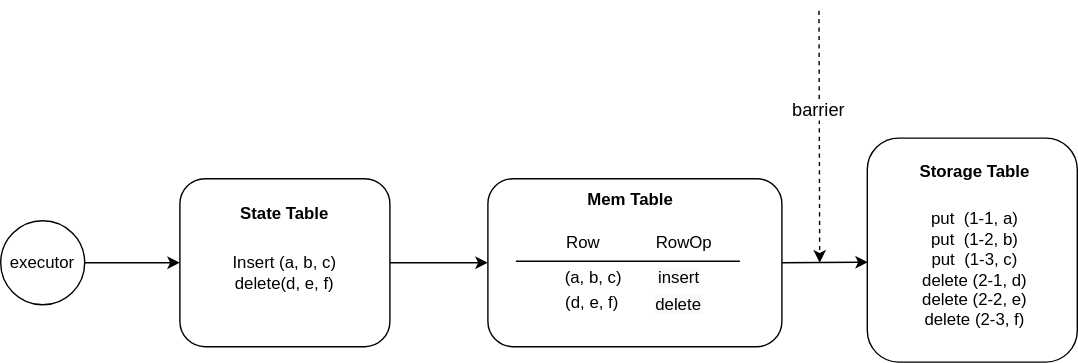
Above: docs/images/relational-table-layer/relational-table-03.svg in risingwavelabs/risingwave (draw.io), before the change. Source tidied: cells renumbered, new cells last; positions are measured from the earlier drawing's top-left corner, leaving out a move shared by most shapes.
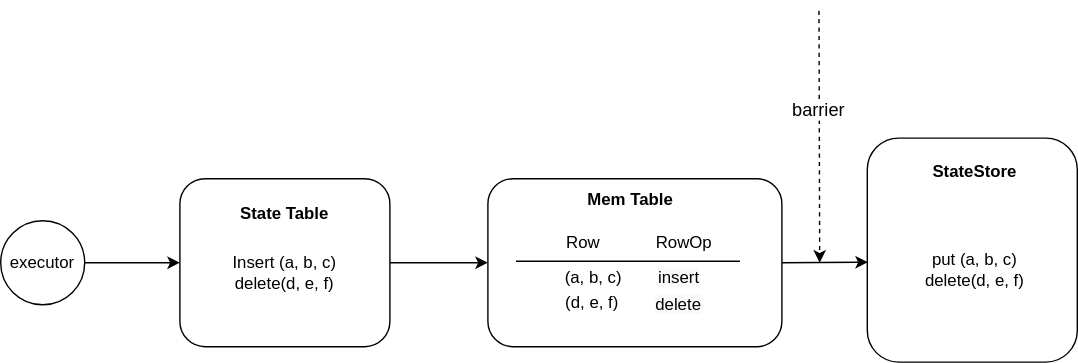
The same diagram one commit later.

The edit, as a diff of the source:
```diff
@@ -44,10 +44,10 @@
     <mxCell id="15" value="&lt;table&gt;&lt;tbody&gt;&lt;tr&gt;&lt;td&gt;&lt;br&gt;&lt;/td&gt;&lt;td&gt;&lt;br&gt;&lt;/td&gt;&lt;/tr&gt;&lt;tr&gt;&lt;td&gt;&lt;br&gt;&lt;/td&gt;&lt;td&gt;&lt;br&gt;&lt;/td&gt;&lt;/tr&gt;&lt;/tbody&gt;&lt;/table&gt;" style="rounded=1;whiteSpace=wrap;html=1;" parent="1" vertex="1">
       <mxGeometry x="619" y="91" width="150" height="160" as="geometry" />
     </mxCell>
-    <mxCell id="16" value="&lt;b&gt;Storage Table&lt;/b&gt;" style="text;html=1;strokeColor=none;fillColor=none;align=center;verticalAlign=middle;whiteSpace=wrap;rounded=0;" parent="1" vertex="1">
+    <mxCell id="16" value="&lt;b&gt;StateStore&lt;/b&gt;" style="text;html=1;strokeColor=none;fillColor=none;align=center;verticalAlign=middle;whiteSpace=wrap;rounded=0;" parent="1" vertex="1">
       <mxGeometry x="641" y="100" width="110" height="30" as="geometry" />
     </mxCell>
-    <mxCell id="17" value="put&amp;nbsp; (1-1, a)&lt;br&gt;put&amp;nbsp; (1-2, b)&lt;br&gt;put&amp;nbsp; (1-3, c)&lt;br&gt;delete (2-1, d)&lt;br&gt;delete (2-2, e)&lt;br&gt;delete (2-3, f)" style="text;html=1;strokeColor=none;fillColor=none;align=center;verticalAlign=middle;whiteSpace=wrap;rounded=0;dashed=1;" parent="1" vertex="1">
+    <mxCell id="17" value="put (a, b, c)&lt;br&gt;delete(d, e, f)" style="text;html=1;strokeColor=none;fillColor=none;align=center;verticalAlign=middle;whiteSpace=wrap;rounded=0;dashed=1;" parent="1" vertex="1">
       <mxGeometry x="656" y="170" width="80" height="30" as="geometry" />
     </mxCell>
     <mxCell id="18" value="&lt;span style=&quot;color: rgb(0, 0, 0); font-family: Helvetica; font-size: 12px; font-style: normal; font-variant-ligatures: normal; font-variant-caps: normal; font-weight: 400; letter-spacing: normal; orphans: 2; text-align: center; text-indent: 0px; text-transform: none; widows: 2; word-spacing: 0px; -webkit-text-stroke-width: 0px; background-color: rgb(248, 249, 250); text-decoration-thickness: initial; text-decoration-style: initial; text-decoration-color: initial; float: none; display: inline !important;&quot;&gt;insert&lt;/span&gt;" style="text;whiteSpace=wrap;html=1;" parent="1" vertex="1">
```
